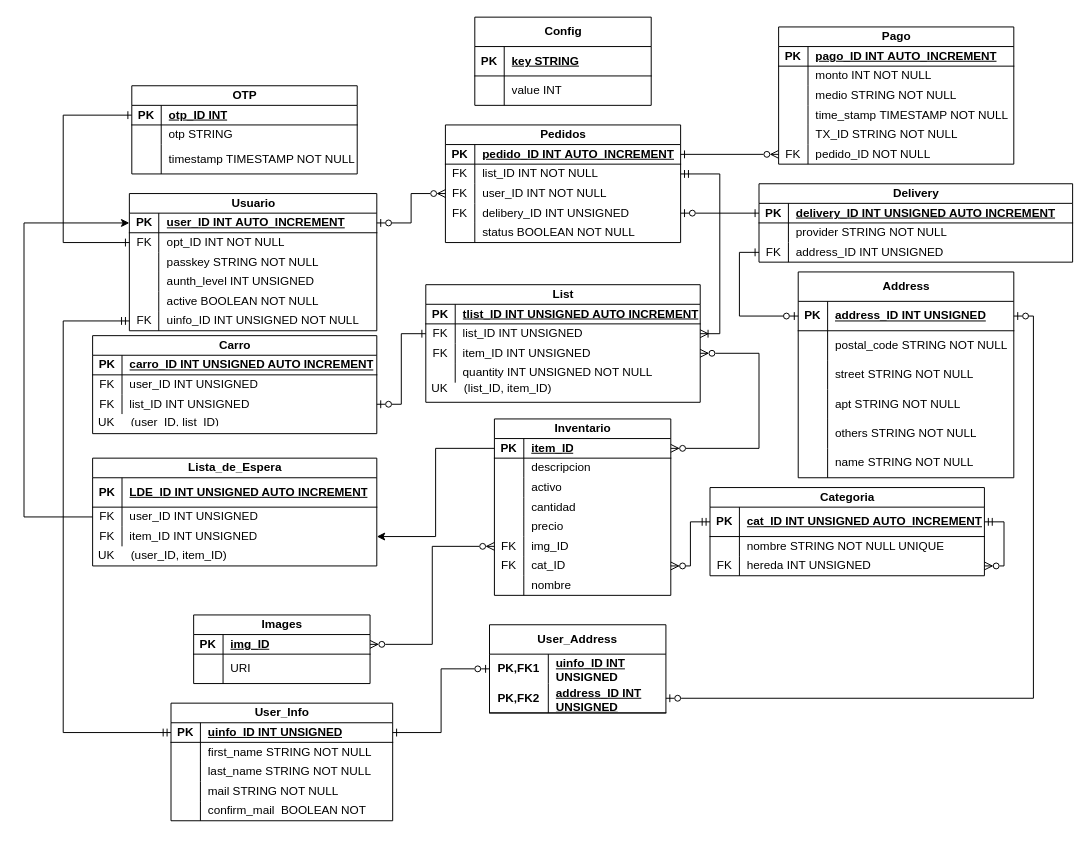
This is back/src/main/java/com/uade/entity/EsquemaDB.drawio from nadie209x33/Marketplace, a draw.io file, before an edit. Source tidied: cells renumbered, new cells numbered last; positions are measured from the earlier drawing's top-left corner, leaving out a move shared by most shapes. Both pictures are drawn from the tidied source at 98%, with x=0, y=0 at pixel (24, 17).
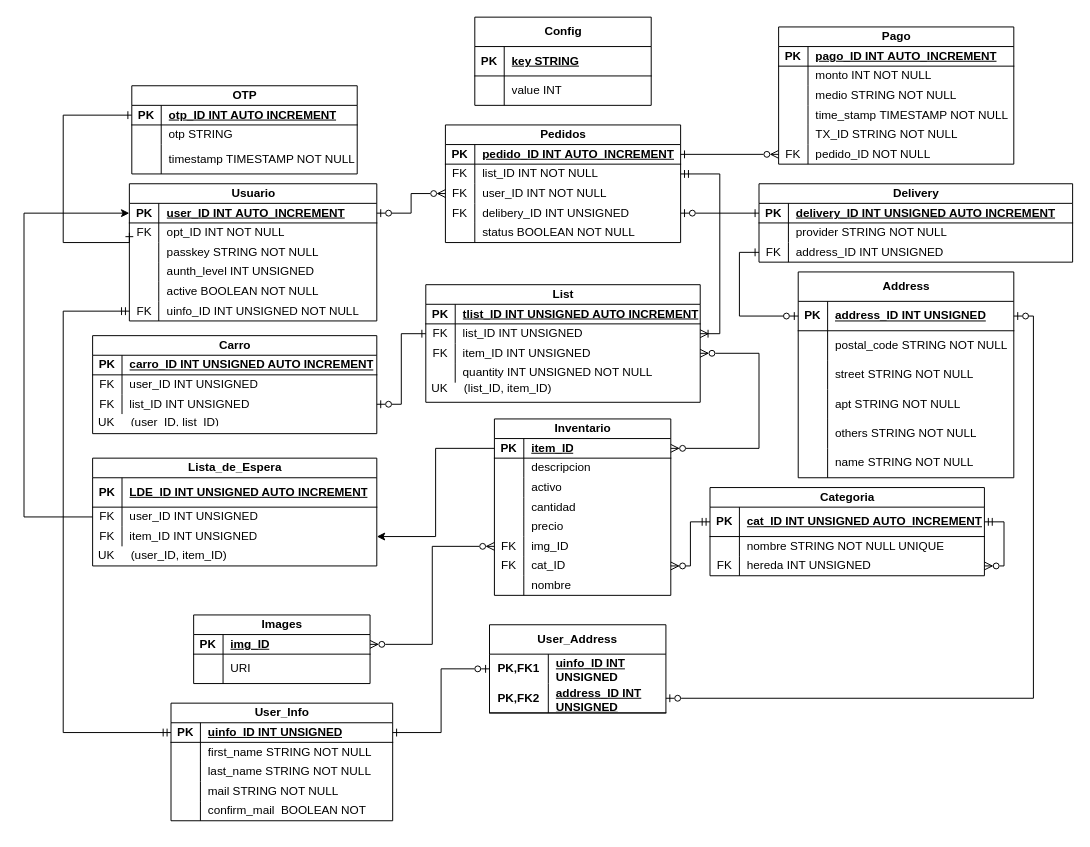
The same diagram, later.

Commit message (it also covers changes not shown here):
Actializaciones simples del esquema de base de datos y Se agregaron nuevas partes del HOWTO de services y se crea la carpeta dto para el modelo de objetos de datos

Unchanged cells that the change refers to:
```xml
<mxCell id="4" style="shape=tableRow;horizontal=0;startSize=0;swimlaneHead=0;swimlaneBody=0;fillColor=none;points=[[0,0.5],[1,0.5]];portConstraint=eastwest;top=0;left=0;right=0;bottom=1;" parent="3" vertex="1">
  <mxGeometry y="20" width="252.5" height="20" as="geometry" />
</mxCell>
<mxCell id="19" style="shape=tableRow;horizontal=0;startSize=0;swimlaneHead=0;swimlaneBody=0;fillColor=none;points=[[0,0.5],[1,0.5]];portConstraint=eastwest;top=0;left=0;right=0;bottom=0;" parent="3" vertex="1">
  <mxGeometry y="120" width="252.5" height="20" as="geometry" />
</mxCell>
<mxCell id="105" style="shape=tableRow;horizontal=0;startSize=0;swimlaneHead=0;swimlaneBody=0;fillColor=none;points=[[0,0.5],[1,0.5]];portConstraint=eastwest;top=0;left=0;right=0;bottom=1;" parent="104" vertex="1">
  <mxGeometry y="20" width="226.2" height="20" as="geometry" />
</mxCell>
<mxCell id="186" style="shape=tableRow;horizontal=0;startSize=0;swimlaneHead=0;swimlaneBody=0;fillColor=none;points=[[0,0.5],[1,0.5]];portConstraint=eastwest;top=0;left=0;right=0;bottom=0;" parent="182" vertex="1">
  <mxGeometry y="50" width="290" height="20" as="geometry" />
</mxCell>
<mxCell id="209" style="shape=tableRow;horizontal=0;startSize=0;swimlaneHead=0;swimlaneBody=0;fillColor=none;points=[[0,0.5],[1,0.5]];portConstraint=eastwest;top=0;left=0;right=0;bottom=1;" parent="208" vertex="1">
  <mxGeometry y="20" width="230" height="20" as="geometry" />
</mxCell>
```

What changed in the source:
```diff
@@
     <mxCell id="3" value="Usuario" style="shape=table;startSize=20;childLayout=tableLayout;rowLines=0;fontStyle=1;align=center;html=1;" parent="1" vertex="1">
-      <mxGeometry x="107.5" y="180" width="252.5" height="140" as="geometry" />
+      <mxGeometry x="107.5" y="170" width="252.5" height="140" as="geometry" />
     </mxCell>
@@
     <mxCell id="160" style="edgeStyle=orthogonalEdgeStyle;rounded=0;jettySize=auto;html=1;exitX=0;exitY=0.5;exitDx=0;exitDy=0;entryX=0;entryY=0.5;entryDx=0;entryDy=0;startArrow=ERmandOne;startFill=0;endArrow=ERmandOne;endFill=0;" parent="1" edge="1" source="19" target="105">
       <mxGeometry relative="1" as="geometry">
         <Array as="points">
-          <mxPoint x="40" y="310" />
+          <mxPoint x="40" y="300" />
           <mxPoint x="40" y="730" />
         </Array>
       </mxGeometry>
     </mxCell>
@@
     <mxCell id="207" style="edgeStyle=orthogonalEdgeStyle;rounded=0;jettySize=auto;html=1;exitX=0;exitY=0.5;exitDx=0;exitDy=0;entryX=0;entryY=0.5;entryDx=0;entryDy=0;" parent="1" edge="1" source="186" target="4">
       <mxGeometry relative="1" as="geometry">
         <Array as="points">
           <mxPoint y="510" />
-          <mxPoint y="210" />
+          <mxPoint y="200" />
         </Array>
       </mxGeometry>
     </mxCell>
@@
-    <mxCell id="211" value="otp_ID INT" style="shape=partialRectangle;fillColor=none;top=0;left=0;bottom=0;right=0;align=left;spacingLeft=6;fontStyle=5;overflow=hidden;whiteSpace=wrap;html=1;" parent="209" vertex="1">
+    <mxCell id="211" value="otp_ID INT AUTO INCREMENT" style="shape=partialRectangle;fillColor=none;top=0;left=0;bottom=0;right=0;align=left;spacingLeft=6;fontStyle=5;overflow=hidden;whiteSpace=wrap;html=1;" parent="209" vertex="1">
       <mxGeometry x="30" width="200" height="20" as="geometry" />
     </mxCell>
```
